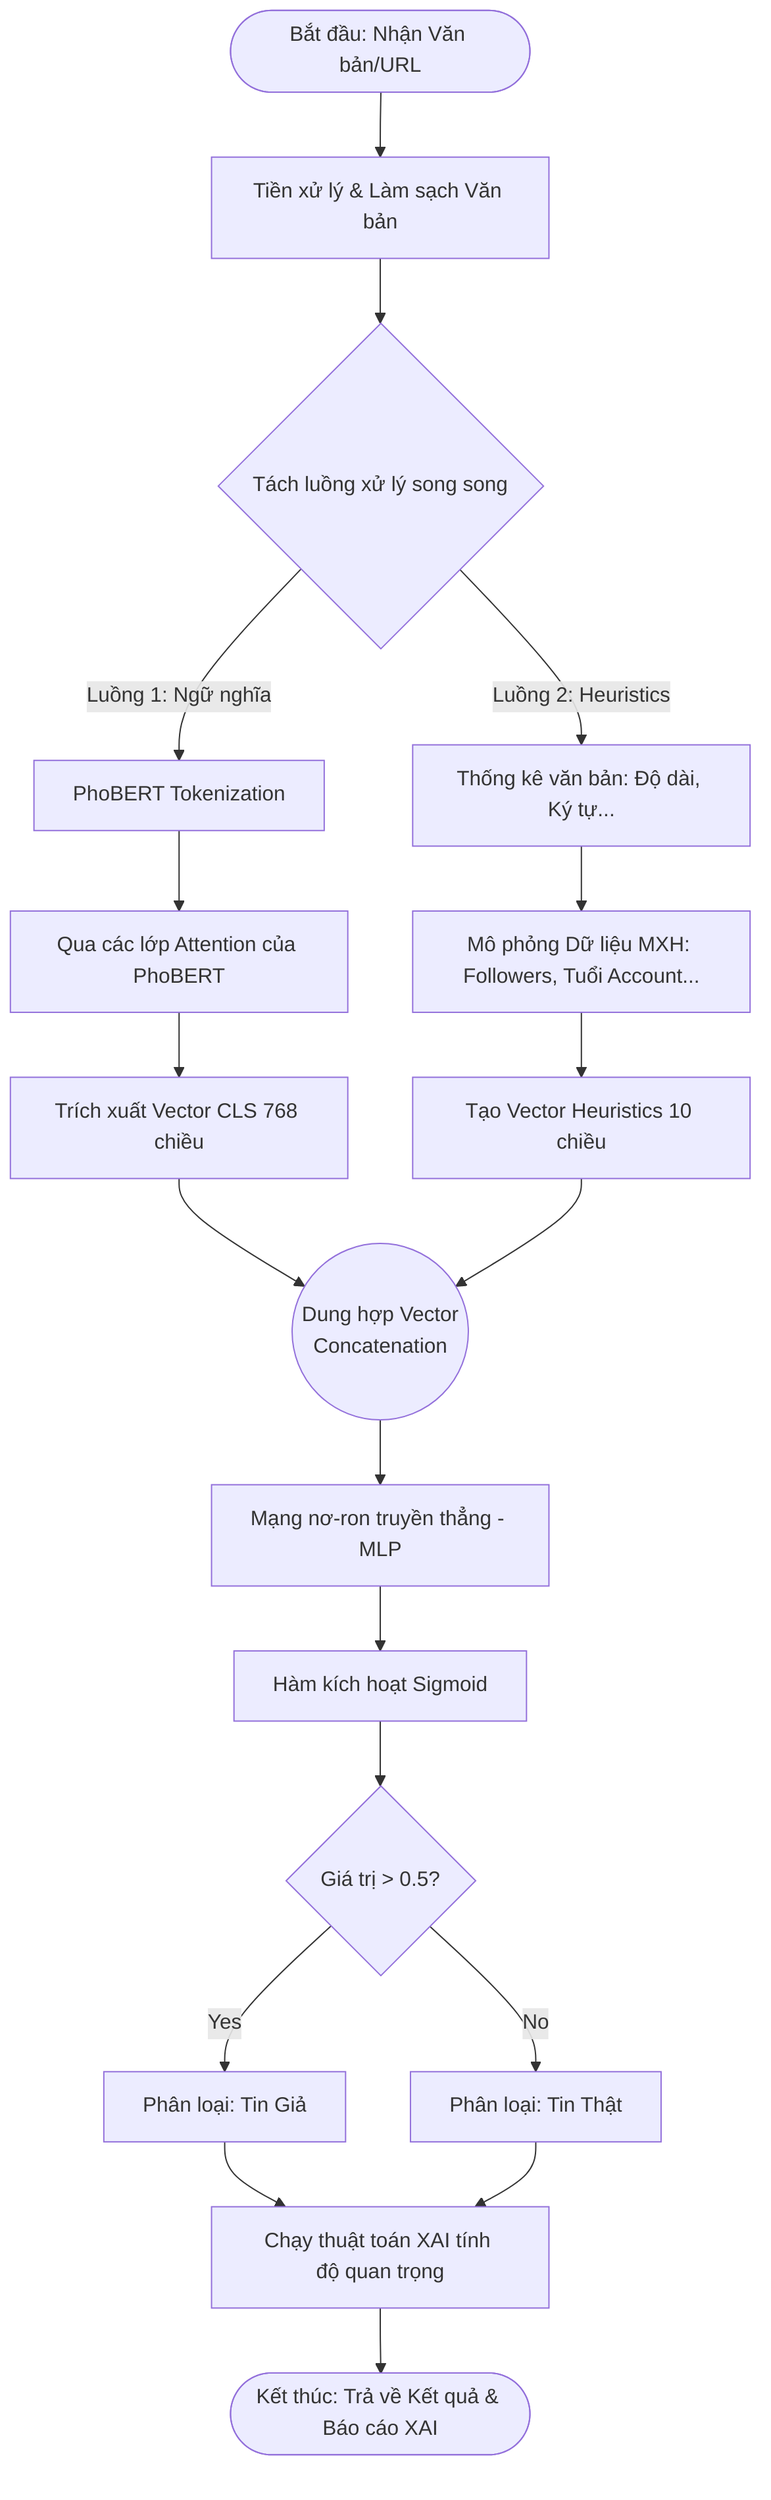
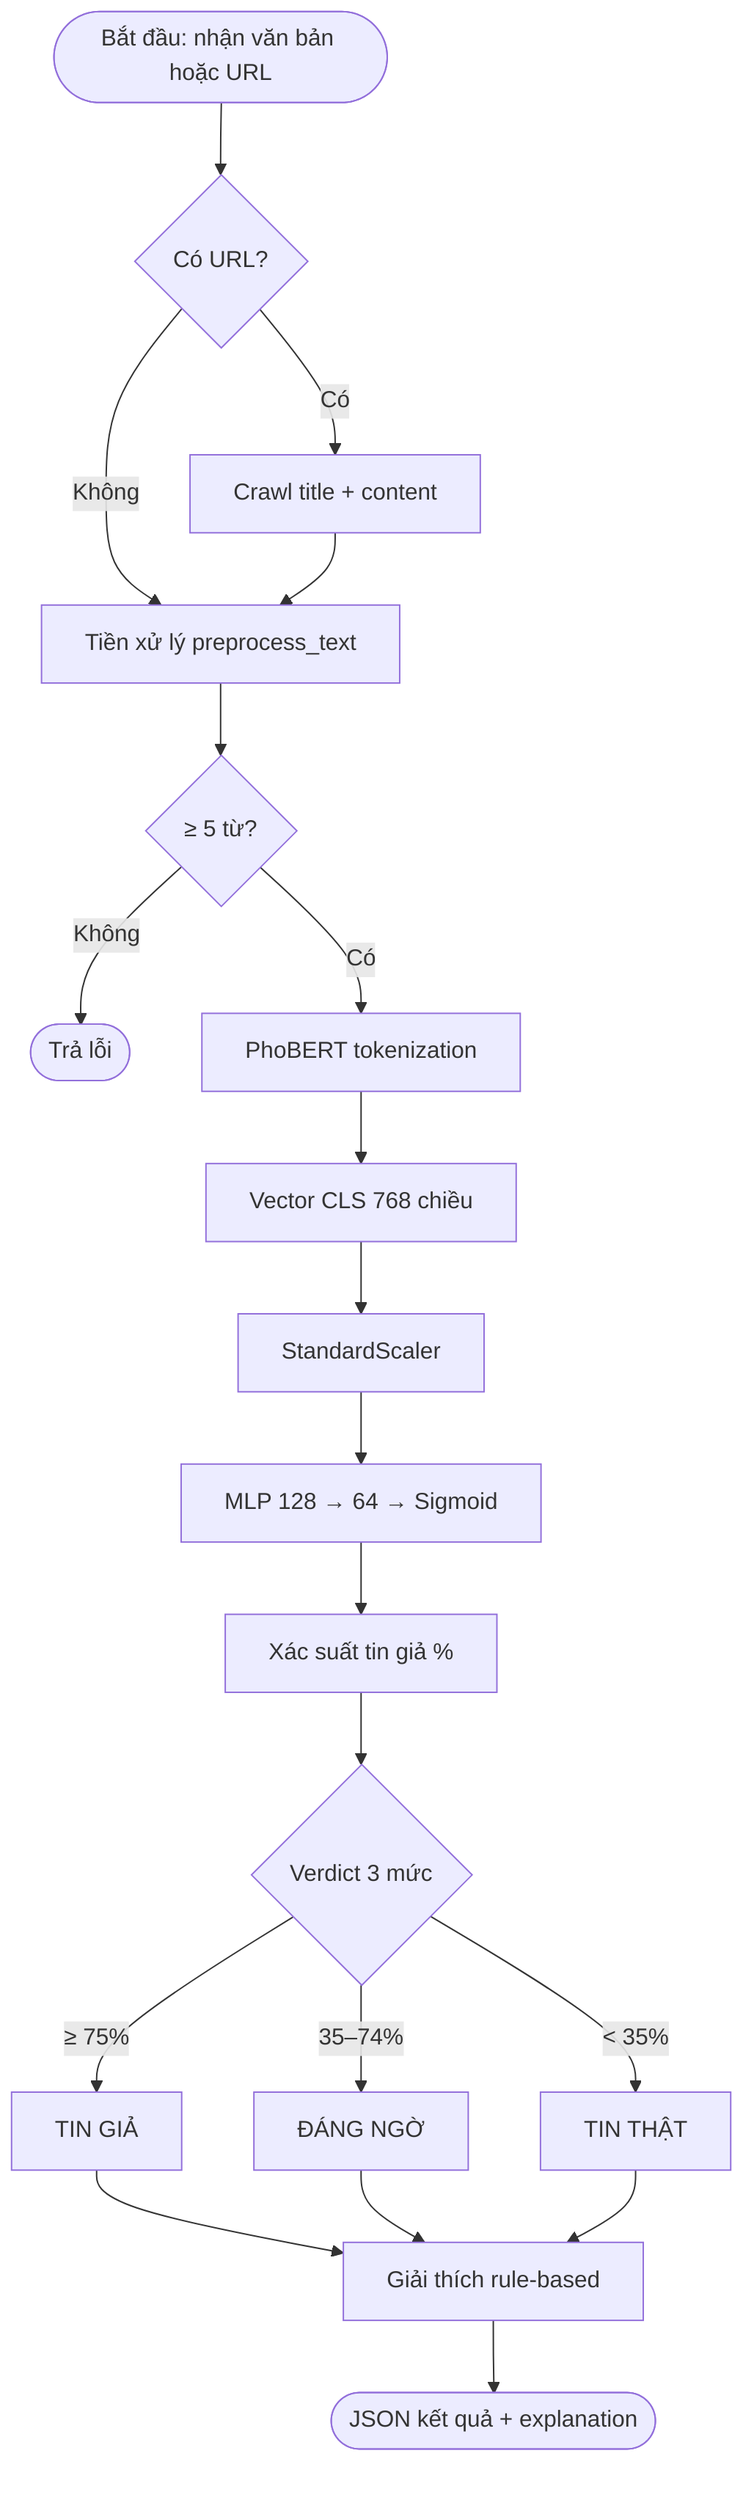
flowchart TD
-     Start([Bắt đầu: Nhận Văn bản/URL]) --> Preprocess[Tiền xử lý & Làm sạch Văn bản]
-     Preprocess --> Split{Tách luồng xử lý song song}
+     Start([Bắt đầu: nhận văn bản hoặc URL]) --> Crawl{Có URL?}
+     Crawl -->|Có| Fetch[Crawl title + content]
+     Crawl -->|Không| Preprocess
+     Fetch --> Preprocess[Tiền xử lý preprocess_text]

-     %% Luồng Ngữ Nghĩa PhoBERT
-     Split -->|Luồng 1: Ngữ nghĩa| Tokenize[PhoBERT Tokenization]
-     Tokenize --> BertForward[Qua các lớp Attention của PhoBERT]
-     BertForward --> BertVec[Trích xuất Vector CLS 768 chiều]
+     Preprocess --> Check{≥ 5 từ?}
+     Check -->|Không| Error([Trả lỗi])
+     Check -->|Có| Tokenize[PhoBERT tokenization]

-     %% Luồng Đặc trưng Heuristics
-     Split -->|Luồng 2: Heuristics| ExtractStats[Thống kê văn bản: Độ dài, Ký tự...]
-     ExtractStats --> ExtractMeta[Mô phỏng Dữ liệu MXH: Followers, Tuổi Account...]
-     ExtractMeta --> HeuristicVec[Tạo Vector Heuristics 10 chiều]
+     Tokenize --> Embed[Vector CLS 768 chiều]
+     Embed --> Scale[StandardScaler]
+     Scale --> MLP[MLP 128 → 64 → Sigmoid]
+     MLP --> Prob[Xác suất tin giả %]

-     %% Dung hợp & Phân loại
-     BertVec --> Fusion((Dung hợp Vector\nConcatenation))
-     HeuristicVec --> Fusion
-     Fusion --> MLP[Mạng nơ-ron truyền thẳng - MLP]
-     MLP --> Activation[Hàm kích hoạt Sigmoid]
+     Prob --> Verdict{Verdict 3 mức}
+     Verdict -->|≥ 75%| Fake[TIN GIẢ]
+     Verdict -->|35–74%| Suspicious[ĐÁNG NGỜ]
+     Verdict -->|< 35%| Real[TIN THẬT]

-     %% Đầu ra
-     Activation --> Output{Giá trị > 0.5?}
-     Output -->|Yes| Fake[Phân loại: Tin Giả]
-     Output -->|No| Real[Phân loại: Tin Thật]
- 
-     Fake --> XAI[Chạy thuật toán XAI tính độ quan trọng]
+     Fake --> XAI[Giải thích rule-based]
+     Suspicious --> XAI
    Real --> XAI
-     XAI --> End([Kết thúc: Trả về Kết quả & Báo cáo XAI])+     XAI --> End([JSON kết quả + explanation])
